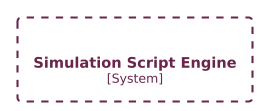
wheelerMT/GSMP keeps this PlantUML diagram as docs/PlantUML/diagrams/out/L3_Component Diagram - Simualtion Script Engine.png. Above is the earlier version.
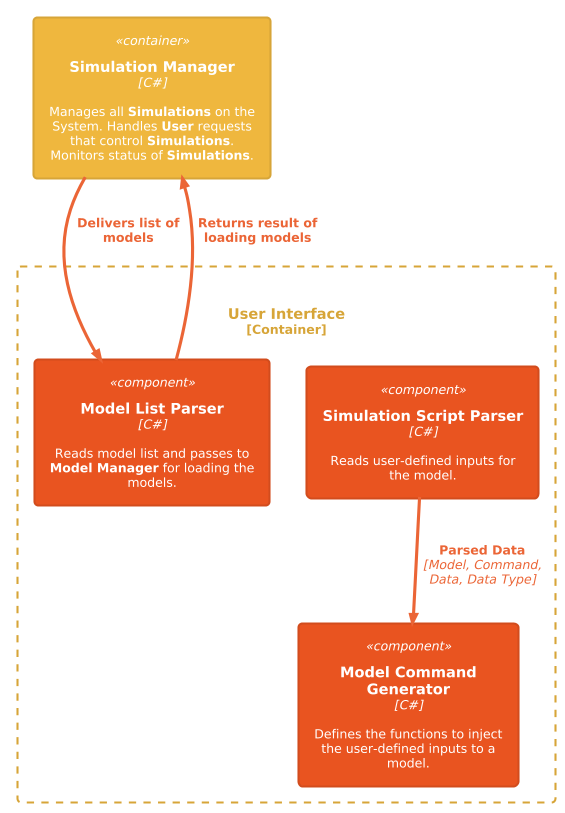
After the change.

Commit message:
Updating scripting engine diagrams.

Well, isn't this fun :)

Change to the diagram source:
```diff
@@ -2,6 +2,15 @@
 !theme C4_united from <C4/themes>
 !include <C4/C4_Component>
 
-System_Boundary(SimulationScriptEngine, "Simulation Script Engine") {
-}
+Container_Boundary(UserInterface, "User Interface") {
+        Component(ModelListParser, "Model List Parser", "C#", "Reads model list and passes to **Model Manager** for loading the models.")
+        Component(SimulationScriptParser, "Simulation Script Parser", "C#", "Reads user-defined inputs for the model.")
+        Component(ModelCommandGenerator, "Model Command Generator", "C#", "Defines the functions to inject the user-defined inputs to a model.")
+    }
+
+Container(SimulationManager, "Simulation Manager", "C#", "Manages all **Simulations** on the System. Handles **User** requests that control **Simulations**. Monitors status of **Simulations**.")
+
+Rel_D(SimulationManager, ModelListParser, "Delivers list of models", "")
+Rel_D(ModelListParser, SimulationManager, "Returns result of loading models", "")
+Rel_D(SimulationScriptParser, ModelCommandGenerator, "Parsed Data", "Model, Command, Data, Data Type")
 @enduml
```
